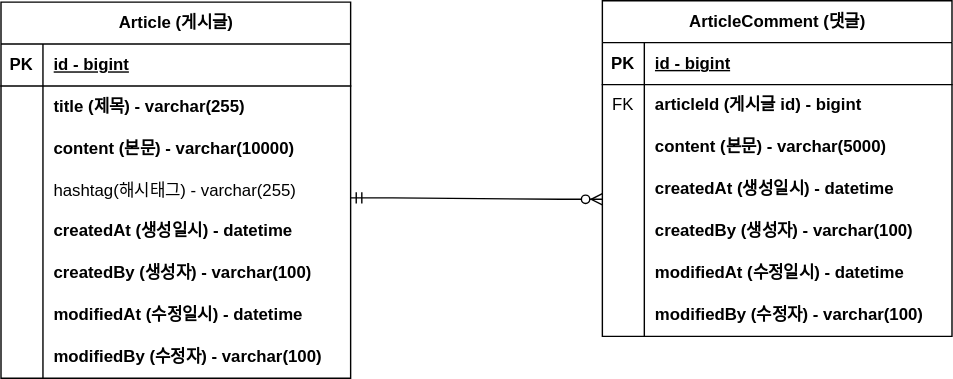
JooYoung-23/project-board keeps this draw.io diagram as document/project-board-erd.svg. Above is the earlier version. Source tidied: cells renumbered, new cells last; positions are measured from the earlier drawing's top-left corner, leaving out a move shared by most shapes.
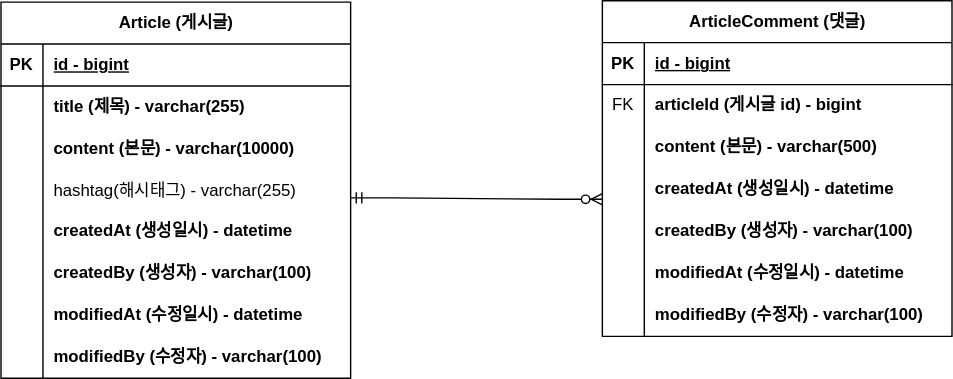
After the commit.

What changed in the source:
```diff
@@ -104,7 +104,7 @@
     <mxCell id="35" style="shape=partialRectangle;fillColor=none;top=0;left=0;bottom=0;right=0;overflow=hidden;whiteSpace=wrap;html=1;" parent="34" vertex="1">
       <mxGeometry width="30" height="30" as="geometry" />
     </mxCell>
-    <mxCell id="36" value="content (본문) - varchar(5000)" style="shape=partialRectangle;fillColor=none;top=0;left=0;bottom=0;right=0;align=left;spacingLeft=6;overflow=hidden;whiteSpace=wrap;html=1;fontStyle=1;" parent="34" vertex="1">
+    <mxCell id="36" value="content (본문) - varchar(500)" style="shape=partialRectangle;fillColor=none;top=0;left=0;bottom=0;right=0;align=left;spacingLeft=6;overflow=hidden;whiteSpace=wrap;html=1;fontStyle=1;" parent="34" vertex="1">
       <mxGeometry x="30" width="220" height="30" as="geometry" />
     </mxCell>
     <mxCell id="37" style="shape=tableRow;horizontal=0;startSize=0;swimlaneHead=0;swimlaneBody=0;fillColor=none;top=0;left=0;right=0;bottom=0;" parent="27" vertex="1">
```
